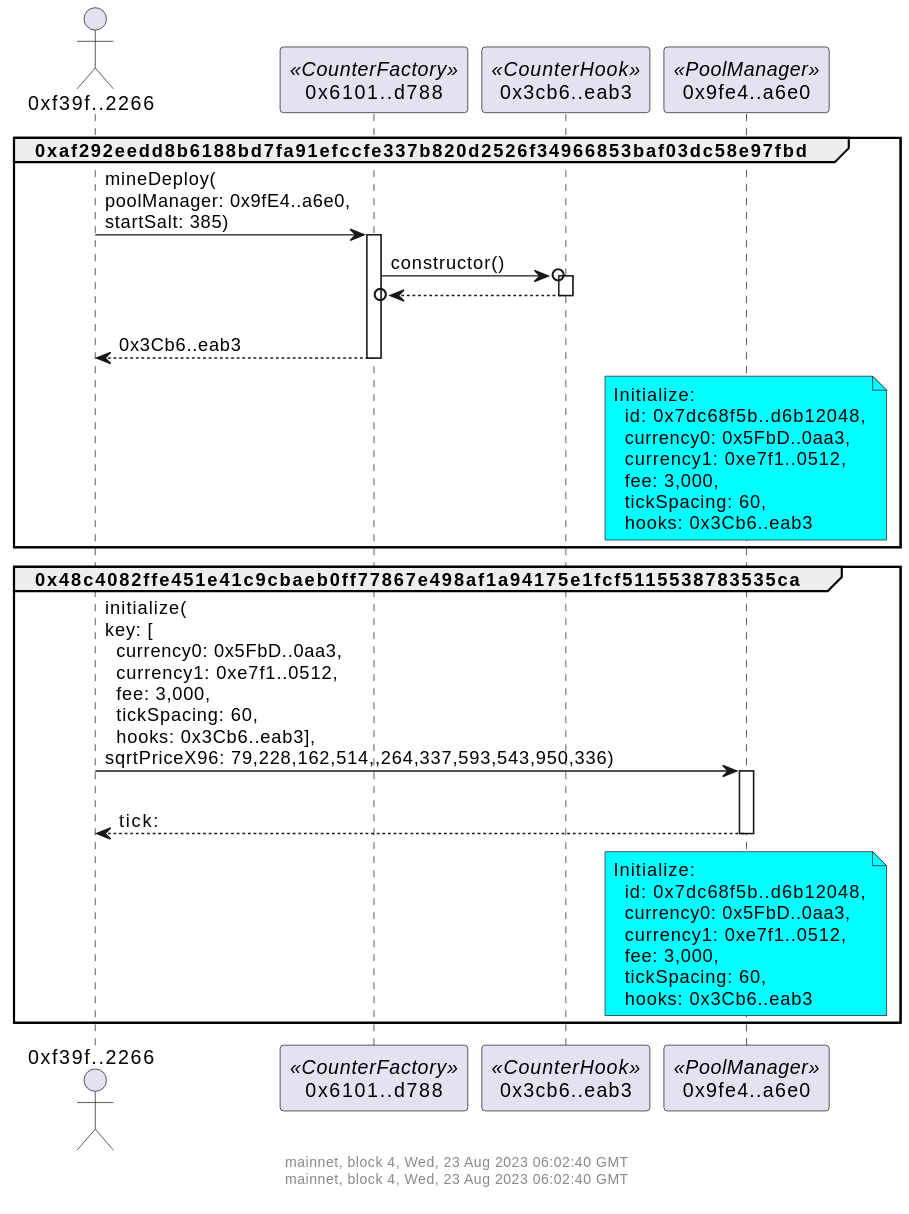
The PlantUML diagram docs/counterSetup.svg in naddison36/uniswap-v4-hooks, before a commit.
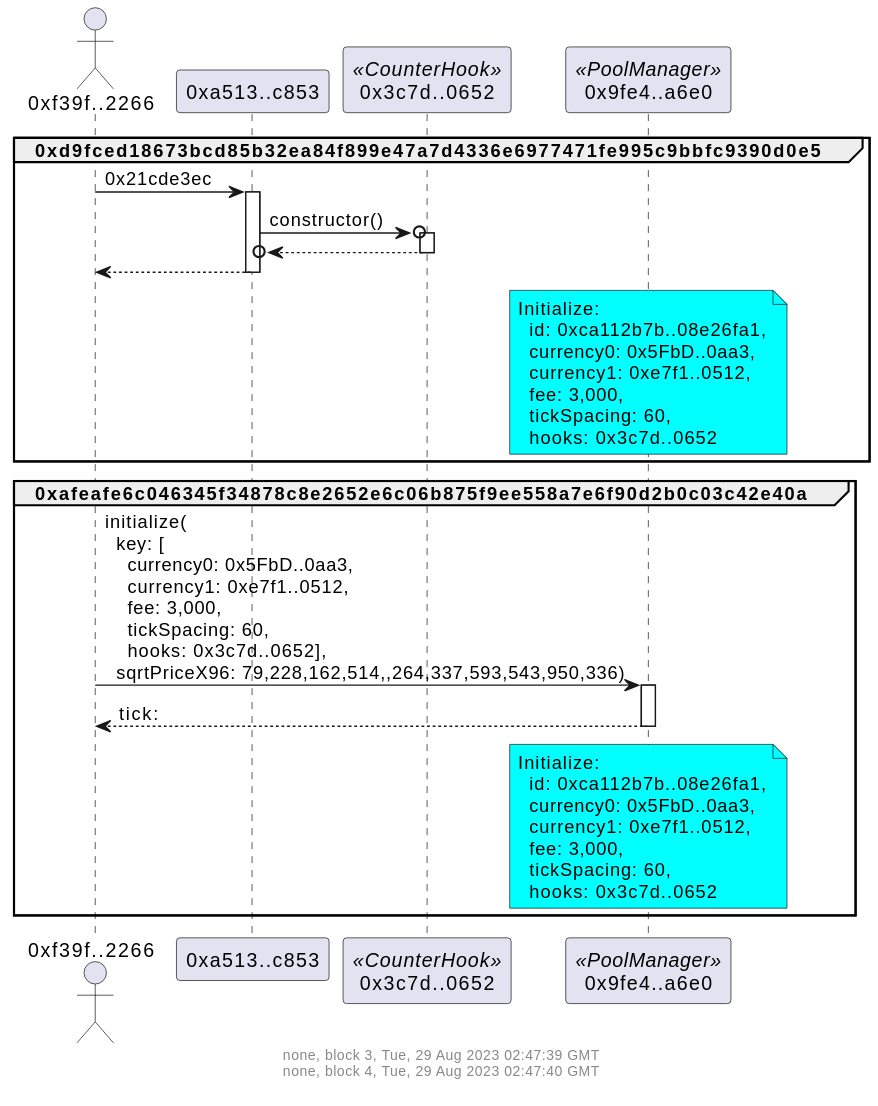
The same file after the commit.

Diff of the diagram source:
```diff
@@ -1,46 +1,46 @@
 @startuml
 footer
-mainnet, block 4, Wed, 23 Aug 2023 06:02:40 GMT
-mainnet, block 4, Wed, 23 Aug 2023 06:02:40 GMT
+none, block 3, Tue, 29 Aug 2023 02:47:39 GMT
+none, block 4, Tue, 29 Aug 2023 02:47:40 GMT
 
 endfooter
 actor "0xf39f..2266" as f39f2266
-participant "0x6101..d788" as 6101d788 <<CounterFactory>>
-participant "0x3cb6..eab3" as 3cb6eab3 <<CounterHook>>
+participant "0xa513..c853" as a513c853
+participant "0x3c7d..0652" as 3c7d0652 <<CounterHook>>
 participant "0x9fe4..a6e0" as 9fe4a6e0 <<PoolManager>>
 
-group 0xaf292eedd8b6188bd7fa91efccfe337b820d2526f34966853baf03dc58e97fbd
-f39f2266 -> 6101d788: mineDeploy(\npoolManager: 0x9fE4..a6e0,\nstartSalt: 385)
-activate 6101d788
-6101d788 ->o 3cb6eab3: constructor()
-activate 3cb6eab3
+group 0xd9fced18673bcd85b32ea84f899e47a7d4336e6977471fe995c9bbfc9390d0e5
+f39f2266 -> a513c853: 0x21cde3ec
+activate a513c853
+a513c853 ->o 3c7d0652: constructor()
+activate 3c7d0652
 return
-return\n0x3Cb6..eab3
+return
 
 note over 9fe4a6e0 #aqua
 Initialize:
-  id: 0x7dc68f5b..d6b12048,
+  id: 0xca112b7b..08e26fa1,
   currency0: 0x5FbD..0aa3,
   currency1: 0xe7f1..0512,
   fee: 3,000,
   tickSpacing: 60,
-  hooks: 0x3Cb6..eab3
+  hooks: 0x3c7d..0652
 end note
 
 end
-group 0x48c4082ffe451e41c9cbaeb0ff77867e498af1a94175e1fcf5115538783535ca
-f39f2266 -> 9fe4a6e0: initialize(\nkey: [\n  currency0: 0x5FbD..0aa3,\n  currency1: 0xe7f1..0512,\n  fee: 3,000,\n  tickSpacing: 60,\n  hooks: 0x3Cb6..eab3],\nsqrtPriceX96: 79,228,162,514,,264,337,593,543,950,336)
+group 0xafeafe6c046345f34878c8e2652e6c06b875f9ee558a7e6f90d2b0c03c42e40a
+f39f2266 -> 9fe4a6e0: initialize(\n  key: [\n    currency0: 0x5FbD..0aa3,\n    currency1: 0xe7f1..0512,\n    fee: 3,000,\n    tickSpacing: 60,\n    hooks: 0x3c7d..0652],\n  sqrtPriceX96: 79,228,162,514,,264,337,593,543,950,336)
 activate 9fe4a6e0
-return\ntick:
+return tick:
 
 note over 9fe4a6e0 #aqua
 Initialize:
-  id: 0x7dc68f5b..d6b12048,
+  id: 0xca112b7b..08e26fa1,
   currency0: 0x5FbD..0aa3,
   currency1: 0xe7f1..0512,
   fee: 3,000,
   tickSpacing: 60,
-  hooks: 0x3Cb6..eab3
+  hooks: 0x3c7d..0652
 end note
 
 end
```
